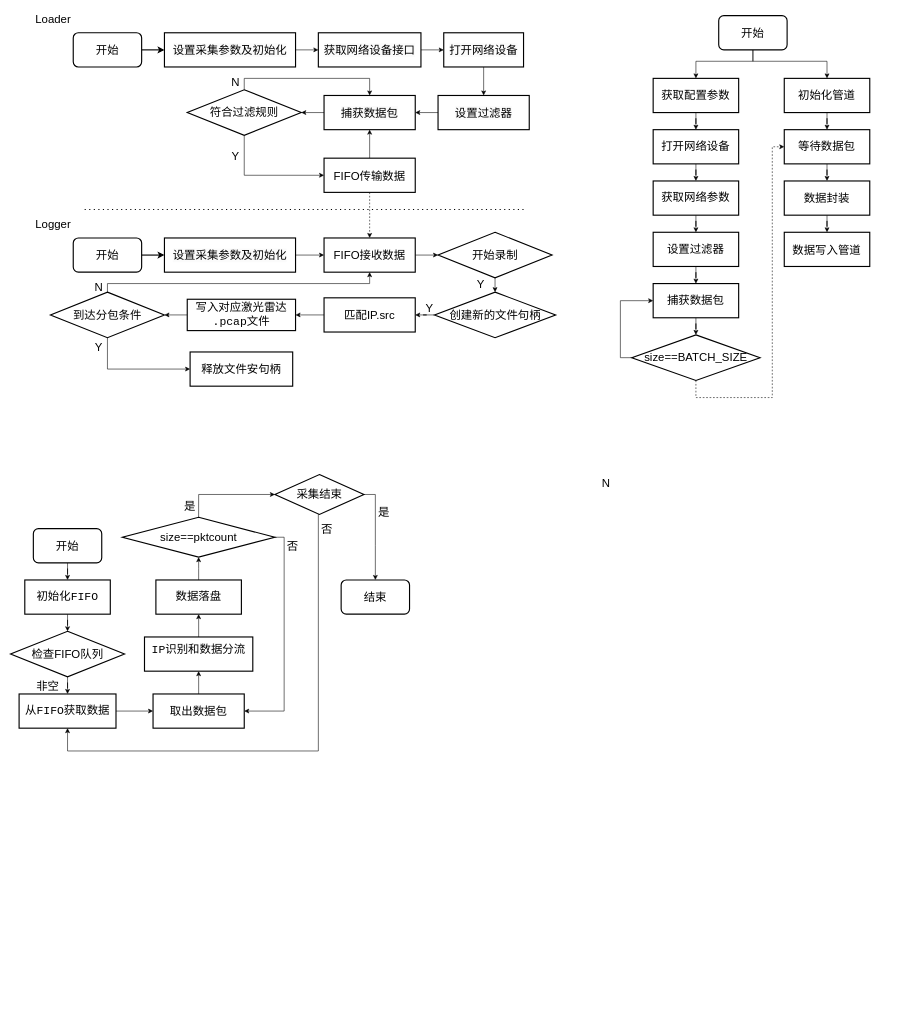
Before: LIADRLOG.drawio in strongjay/outPath, a draw.io diagram. Source tidied: cells renumbered, new cells numbered last; positions are measured from the earlier drawing's top-left corner, leaving out a move shared by most shapes. Both pictures are drawn from the tidied source at 57%, with x=0, y=0 at pixel (10, 10).
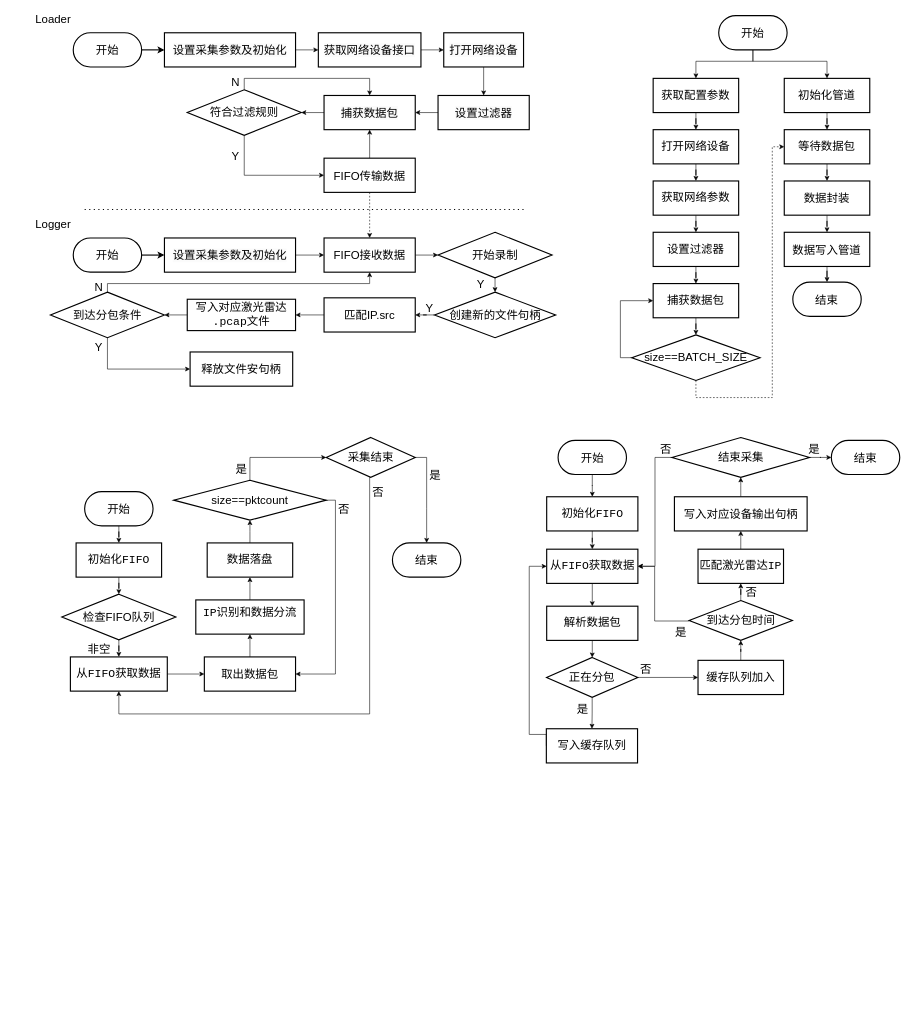
The same page after the edit.

Unchanged cells that the change refers to:
```xml
<mxCell id="70" value="&lt;span style=&quot;font-size: 20px;&quot;&gt;数据写入管道&lt;/span&gt;" style="whiteSpace=wrap;html=1;rounded=0;strokeWidth=2;" parent="1" vertex="1">
  <mxGeometry x="1357.4" y="390" width="150" height="60" as="geometry" />
</mxCell>
```

Change to the diagram source:
```diff
@@
-    <mxCell id="3" value="&lt;h2 style=&quot;font-size: 20px;&quot;&gt;&lt;span style=&quot;font-weight: normal;&quot;&gt;开始&lt;/span&gt;&lt;/h2&gt;" style="rounded=1;whiteSpace=wrap;html=1;strokeWidth=2;" parent="1" vertex="1">
+    <mxCell id="3" value="&lt;h2 style=&quot;font-size: 20px;&quot;&gt;&lt;span style=&quot;font-weight: normal;&quot;&gt;开始&lt;/span&gt;&lt;/h2&gt;" style="rounded=1;whiteSpace=wrap;html=1;strokeWidth=2;arcSize=50;" parent="1" vertex="1">
       <mxGeometry x="110" y="40" width="120" height="60" as="geometry" />
     </mxCell>
@@
-    <mxCell id="25" value="&lt;h2 style=&quot;font-size: 20px;&quot;&gt;&lt;span style=&quot;font-weight: normal;&quot;&gt;开始&lt;/span&gt;&lt;/h2&gt;" style="rounded=1;whiteSpace=wrap;html=1;strokeWidth=2;" parent="1" vertex="1">
+    <mxCell id="25" value="&lt;h2 style=&quot;font-size: 20px;&quot;&gt;&lt;span style=&quot;font-weight: normal;&quot;&gt;开始&lt;/span&gt;&lt;/h2&gt;" style="rounded=1;whiteSpace=wrap;html=1;strokeWidth=2;arcSize=50;" parent="1" vertex="1">
       <mxGeometry x="110" y="400" width="120" height="60" as="geometry" />
     </mxCell>
@@
-    <mxCell id="49" value="&lt;h2 style=&quot;font-size: 20px;&quot;&gt;&lt;span style=&quot;font-weight: normal;&quot;&gt;开始&lt;/span&gt;&lt;/h2&gt;" style="rounded=1;whiteSpace=wrap;html=1;strokeWidth=2;" parent="1" vertex="1">
+    <mxCell id="49" value="&lt;h2 style=&quot;font-size: 20px;&quot;&gt;&lt;span style=&quot;font-weight: normal;&quot;&gt;开始&lt;/span&gt;&lt;/h2&gt;" style="rounded=1;whiteSpace=wrap;html=1;strokeWidth=2;arcSize=50;" parent="1" vertex="1">
       <mxGeometry x="1242.4" y="10" width="120" height="60" as="geometry" />
     </mxCell>
@@
-    <mxCell id="65" value="&lt;font style=&quot;font-size: 20px;&quot;&gt;N&lt;/font&gt;" style="text;html=1;align=center;verticalAlign=middle;whiteSpace=wrap;rounded=0;" parent="1" vertex="1">
-      <mxGeometry x="1030" y="815" width="30" height="30" as="geometry" />
-    </mxCell>
@@
+    <mxCell id="97" style="edgeStyle=orthogonalEdgeStyle;rounded=0;jettySize=auto;html=1;" parent="1" edge="1" source="70" target="131">
+      <mxGeometry relative="1" as="geometry" />
+    </mxCell>
@@
-    <mxCell id="72" value="&lt;h2 style=&quot;font-size: 20px;&quot;&gt;&lt;span style=&quot;font-weight: normal;&quot;&gt;开始&lt;/span&gt;&lt;/h2&gt;" style="rounded=1;whiteSpace=wrap;html=1;strokeWidth=2;" parent="1" vertex="1">
-      <mxGeometry x="40" y="910" width="120" height="60" as="geometry" />
+    <mxCell id="72" value="&lt;h2 style=&quot;font-size: 20px;&quot;&gt;&lt;span style=&quot;font-weight: normal;&quot;&gt;开始&lt;/span&gt;&lt;/h2&gt;" style="rounded=1;whiteSpace=wrap;html=1;strokeWidth=2;arcSize=50;" parent="1" vertex="1">
+      <mxGeometry x="130" y="845" width="120" height="60" as="geometry" />
     </mxCell>
@@
     <mxCell id="74" value="&lt;pre style=&quot;&quot;&gt;&lt;span style=&quot;font-size: 20px;&quot;&gt;初始化FIFO&lt;/span&gt;&lt;/pre&gt;" style="whiteSpace=wrap;html=1;rounded=0;strokeWidth=2;" parent="1" vertex="1">
-      <mxGeometry x="25" y="1000" width="150" height="60" as="geometry" />
+      <mxGeometry x="115" y="935" width="150" height="60" as="geometry" />
     </mxCell>
@@
     <mxCell id="77" value="&lt;pre style=&quot;&quot;&gt;&lt;span style=&quot;font-size: 20px;&quot;&gt;从FIFO获取数据&lt;/span&gt;&lt;br&gt;&lt;/pre&gt;" style="whiteSpace=wrap;html=1;rounded=0;strokeWidth=2;" parent="1" vertex="1">
-      <mxGeometry x="15" y="1200" width="170" height="60" as="geometry" />
+      <mxGeometry x="105" y="1135" width="170" height="60" as="geometry" />
     </mxCell>
@@
     <mxCell id="79" value="&lt;pre style=&quot;&quot;&gt;&lt;span style=&quot;font-size: 20px;&quot;&gt;IP识别和数据分流&lt;br/&gt;&lt;/span&gt;&lt;br/&gt;&lt;/pre&gt;" style="whiteSpace=wrap;html=1;rounded=0;strokeWidth=2;" parent="1" vertex="1">
-      <mxGeometry x="235" y="1100" width="190" height="60" as="geometry" />
+      <mxGeometry x="325" y="1035" width="190" height="60" as="geometry" />
     </mxCell>
     <mxCell id="80" style="edgeStyle=orthogonalEdgeStyle;rounded=0;jettySize=auto;html=1;entryX=0.5;entryY=1;entryDx=0;entryDy=0;exitX=0.5;exitY=1;exitDx=0;exitDy=0;" parent="1" edge="1" source="94" target="77">
       <mxGeometry relative="1" as="geometry">
         <Array as="points">
-          <mxPoint x="540" y="885" />
-          <mxPoint x="540" y="1300" />
-          <mxPoint x="100" y="1300" />
+          <mxPoint x="630" y="820" />
+          <mxPoint x="630" y="1235" />
+          <mxPoint x="190" y="1235" />
         </Array>
       </mxGeometry>
     </mxCell>
@@
     <mxCell id="82" value="&lt;pre style=&quot;&quot;&gt;&lt;span style=&quot;font-size: 20px;&quot;&gt;数据落盘&lt;/span&gt;&lt;br&gt;&lt;/pre&gt;" style="whiteSpace=wrap;html=1;rounded=0;strokeWidth=2;" parent="1" vertex="1">
-      <mxGeometry x="255" y="1000" width="150" height="60" as="geometry" />
+      <mxGeometry x="345" y="935" width="150" height="60" as="geometry" />
     </mxCell>
     <mxCell id="83" style="edgeStyle=orthogonalEdgeStyle;rounded=0;jettySize=auto;html=1;exitX=0.5;exitY=0;exitDx=0;exitDy=0;" parent="1" edge="1" source="85" target="94">
       <mxGeometry relative="1" as="geometry">
         <Array as="points">
-          <mxPoint x="330" y="850" />
+          <mxPoint x="420" y="785" />
         </Array>
       </mxGeometry>
     </mxCell>
     <mxCell id="84" style="edgeStyle=orthogonalEdgeStyle;rounded=0;jettySize=auto;html=1;entryX=1;entryY=0.5;entryDx=0;entryDy=0;" parent="1" edge="1" source="85" target="92">
       <mxGeometry relative="1" as="geometry">
         <Array as="points">
-          <mxPoint x="480" y="925" />
-          <mxPoint x="480" y="1230" />
+          <mxPoint x="570" y="860" />
+          <mxPoint x="570" y="1165" />
         </Array>
       </mxGeometry>
     </mxCell>
     <mxCell id="85" value="&lt;h2 style=&quot;&quot;&gt;&lt;span style=&quot;font-size: 20px; font-weight: 400;&quot;&gt;size==pktcount&lt;/span&gt;&lt;br&gt;&lt;/h2&gt;" style="rhombus;whiteSpace=wrap;html=1;rounded=0;strokeWidth=2;" parent="1" vertex="1">
-      <mxGeometry x="196.2" y="890" width="267.5" height="70" as="geometry" />
+      <mxGeometry x="286.2" y="825" width="267.5" height="70" as="geometry" />
     </mxCell>
     <mxCell id="86" value="&lt;h2 style=&quot;&quot;&gt;&lt;span style=&quot;font-size: 20px; font-weight: 400;&quot;&gt;检查FIFO队列&lt;/span&gt;&lt;/h2&gt;" style="rhombus;whiteSpace=wrap;html=1;rounded=0;strokeWidth=2;" parent="1" vertex="1">
-      <mxGeometry y="1090" width="200" height="80" as="geometry" />
+      <mxGeometry x="90" y="1025" width="200" height="80" as="geometry" />
     </mxCell>
     <mxCell id="87" value="&lt;font style=&quot;font-size: 20px;&quot;&gt;非空&lt;/font&gt;" style="text;html=1;align=center;verticalAlign=middle;whiteSpace=wrap;rounded=0;" parent="1" vertex="1">
-      <mxGeometry x="40" y="1170" width="51.2" height="30" as="geometry" />
+      <mxGeometry x="130" y="1105" width="51.2" height="30" as="geometry" />
     </mxCell>
     <mxCell id="88" value="&lt;font style=&quot;font-size: 20px;&quot;&gt;否&lt;/font&gt;" style="text;html=1;align=center;verticalAlign=middle;whiteSpace=wrap;rounded=0;" parent="1" vertex="1">
-      <mxGeometry x="540" y="895" width="30" height="30" as="geometry" />
+      <mxGeometry x="630" y="830" width="30" height="30" as="geometry" />
     </mxCell>
-    <mxCell id="89" value="&lt;h2 style=&quot;font-size: 20px;&quot;&gt;&lt;span style=&quot;font-weight: normal;&quot;&gt;结束&lt;/span&gt;&lt;/h2&gt;" style="rounded=1;whiteSpace=wrap;html=1;strokeWidth=2;" parent="1" vertex="1">
-      <mxGeometry x="580" y="1000" width="120" height="60" as="geometry" />
+    <mxCell id="89" value="&lt;h2 style=&quot;font-size: 20px;&quot;&gt;&lt;span style=&quot;font-weight: normal;&quot;&gt;结束&lt;/span&gt;&lt;/h2&gt;" style="rounded=1;whiteSpace=wrap;html=1;strokeWidth=2;arcSize=50;" parent="1" vertex="1">
+      <mxGeometry x="670" y="935" width="120" height="60" as="geometry" />
     </mxCell>
     <mxCell id="90" value="&lt;font style=&quot;font-size: 20px;&quot;&gt;是&lt;/font&gt;" style="text;html=1;align=center;verticalAlign=middle;whiteSpace=wrap;rounded=0;" parent="1" vertex="1">
-      <mxGeometry x="300" y="855" width="30" height="30" as="geometry" />
+      <mxGeometry x="390" y="790" width="30" height="30" as="geometry" />
     </mxCell>
@@
     <mxCell id="92" value="&lt;span style=&quot;font-size: 20px;&quot;&gt;取出数据包&lt;/span&gt;" style="whiteSpace=wrap;html=1;rounded=0;strokeWidth=2;" parent="1" vertex="1">
-      <mxGeometry x="250" y="1200" width="160" height="60" as="geometry" />
+      <mxGeometry x="340" y="1135" width="160" height="60" as="geometry" />
     </mxCell>
     <mxCell id="93" style="edgeStyle=orthogonalEdgeStyle;rounded=0;jettySize=auto;html=1;exitX=1;exitY=0.5;exitDx=0;exitDy=0;entryX=0.5;entryY=0;entryDx=0;entryDy=0;" parent="1" edge="1" source="94" target="89">
       <mxGeometry relative="1" as="geometry">
         <Array as="points">
-          <mxPoint x="640" y="850" />
-          <mxPoint x="640" y="940" />
+          <mxPoint x="730" y="785" />
+          <mxPoint x="730" y="875" />
         </Array>
       </mxGeometry>
     </mxCell>
     <mxCell id="94" value="&lt;h2 style=&quot;&quot;&gt;&lt;span style=&quot;font-size: 20px; font-weight: 400;&quot;&gt;采集结束&lt;/span&gt;&lt;br&gt;&lt;/h2&gt;" style="rhombus;whiteSpace=wrap;html=1;rounded=0;strokeWidth=2;" parent="1" vertex="1">
-      <mxGeometry x="463.8" y="815" width="156.2" height="70" as="geometry" />
+      <mxGeometry x="553.8" y="750" width="156.2" height="70" as="geometry" />
     </mxCell>
     <mxCell id="95" value="&lt;font style=&quot;font-size: 20px;&quot;&gt;是&lt;/font&gt;" style="text;html=1;align=center;verticalAlign=middle;whiteSpace=wrap;rounded=0;" parent="1" vertex="1">
-      <mxGeometry x="640" y="865" width="30" height="30" as="geometry" />
+      <mxGeometry x="730" y="800" width="30" height="30" as="geometry" />
     </mxCell>
     <mxCell id="96" value="&lt;font style=&quot;font-size: 20px;&quot;&gt;否&lt;/font&gt;" style="text;html=1;align=center;verticalAlign=middle;whiteSpace=wrap;rounded=0;" parent="1" vertex="1">
-      <mxGeometry x="480" y="925" width="30" height="30" as="geometry" />
+      <mxGeometry x="570" y="860" width="30" height="30" as="geometry" />
     </mxCell>
+    <mxCell id="98" style="edgeStyle=orthogonalEdgeStyle;rounded=0;jettySize=auto;html=1;" parent="1" edge="1" source="99" target="101">
+      <mxGeometry relative="1" as="geometry" />
+    </mxCell>
+    <mxCell id="99" value="&lt;h2 style=&quot;font-size: 20px;&quot;&gt;&lt;span style=&quot;font-weight: normal;&quot;&gt;开始&lt;/span&gt;&lt;/h2&gt;" style="rounded=1;whiteSpace=wrap;html=1;strokeWidth=2;arcSize=50;" parent="1" vertex="1">
+      <mxGeometry x="960.6" y="755" width="120" height="60" as="geometry" />
+    </mxCell>
+    <mxCell id="100" style="edgeStyle=orthogonalEdgeStyle;rounded=0;jettySize=auto;html=1;" parent="1" edge="1" source="101" target="103">
+      <mxGeometry relative="1" as="geometry" />
+    </mxCell>
+    <mxCell id="101" value="&lt;pre style=&quot;&quot;&gt;&lt;pre&gt;&lt;span style=&quot;font-size: 20px;&quot;&gt;初始化FIFO&lt;/span&gt;&lt;/pre&gt;&lt;/pre&gt;" style="whiteSpace=wrap;html=1;rounded=0;strokeWidth=2;" parent="1" vertex="1">
+      <mxGeometry x="940.6" y="854" width="160" height="60" as="geometry" />
+    </mxCell>
+    <mxCell id="102" style="edgeStyle=orthogonalEdgeStyle;rounded=0;jettySize=auto;html=1;entryX=0.5;entryY=0;entryDx=0;entryDy=0;" parent="1" edge="1" source="103" target="108">
+      <mxGeometry relative="1" as="geometry" />
+    </mxCell>
+    <mxCell id="103" value="&lt;pre style=&quot;&quot;&gt;&lt;pre&gt;&lt;span style=&quot;font-size: 20px;&quot;&gt;从FIFO获取数据&lt;/span&gt;&lt;/pre&gt;&lt;/pre&gt;" style="whiteSpace=wrap;html=1;rounded=0;strokeWidth=2;" parent="1" vertex="1">
+      <mxGeometry x="940.6" y="946" width="160" height="60" as="geometry" />
+    </mxCell>
+    <mxCell id="104" style="edgeStyle=orthogonalEdgeStyle;rounded=0;jettySize=auto;html=1;entryX=1;entryY=0.5;entryDx=0;entryDy=0;exitX=0;exitY=0.5;exitDx=0;exitDy=0;" parent="1" edge="1" source="110" target="103">
+      <mxGeometry relative="1" as="geometry">
+        <Array as="points">
+          <mxPoint x="1130" y="1072" />
+          <mxPoint x="1130" y="976" />
+        </Array>
+      </mxGeometry>
+    </mxCell>
+    <mxCell id="105" style="edgeStyle=orthogonalEdgeStyle;rounded=0;jettySize=auto;html=1;entryX=0.5;entryY=1;entryDx=0;entryDy=0;" parent="1" edge="1" source="106" target="115">
+      <mxGeometry relative="1" as="geometry" />
+    </mxCell>
+    <mxCell id="106" value="&lt;pre style=&quot;&quot;&gt;&lt;p&gt;&lt;span style=&quot;font-size: 20px;&quot;&gt;&lt;font face=&quot;Tahoma&quot;&gt;写入对应设备输出句柄&lt;/font&gt;&lt;/span&gt;&lt;br&gt;&lt;/p&gt;&lt;/pre&gt;" style="whiteSpace=wrap;html=1;rounded=0;strokeWidth=2;" parent="1" vertex="1">
+      <mxGeometry x="1164.7" y="854" width="232.8" height="60" as="geometry" />
+    </mxCell>
+    <mxCell id="107" style="edgeStyle=orthogonalEdgeStyle;rounded=0;jettySize=auto;html=1;entryX=0.5;entryY=0;entryDx=0;entryDy=0;" parent="1" edge="1" source="108" target="123">
+      <mxGeometry relative="1" as="geometry" />
+    </mxCell>
+    <mxCell id="108" value="&lt;pre style=&quot;&quot;&gt;&lt;pre&gt;&lt;span style=&quot;font-size: 20px;&quot;&gt;解析数据包&lt;/span&gt;&lt;/pre&gt;&lt;/pre&gt;" style="whiteSpace=wrap;html=1;rounded=0;strokeWidth=2;" parent="1" vertex="1">
+      <mxGeometry x="940.6" y="1046" width="160" height="60" as="geometry" />
+    </mxCell>
+    <mxCell id="109" style="edgeStyle=orthogonalEdgeStyle;rounded=0;jettySize=auto;html=1;" parent="1" edge="1" source="110" target="127">
+      <mxGeometry relative="1" as="geometry" />
+    </mxCell>
+    <mxCell id="110" value="&lt;pre&gt;&lt;span style=&quot;font-size: 20px;&quot;&gt;到达分包时间&lt;/span&gt;&lt;/pre&gt;" style="rhombus;whiteSpace=wrap;html=1;rounded=0;strokeWidth=2;" parent="1" vertex="1">
+      <mxGeometry x="1190.5" y="1036" width="181.2" height="70" as="geometry" />
+    </mxCell>
+    <mxCell id="111" style="edgeStyle=orthogonalEdgeStyle;rounded=0;jettySize=auto;html=1;entryX=0;entryY=0.5;entryDx=0;entryDy=0;exitX=0;exitY=0.5;exitDx=0;exitDy=0;" parent="1" edge="1" source="112" target="103">
+      <mxGeometry relative="1" as="geometry">
+        <Array as="points">
+          <mxPoint x="940" y="1271" />
+          <mxPoint x="910" y="1271" />
+          <mxPoint x="910" y="976" />
+        </Array>
+      </mxGeometry>
+    </mxCell>
+    <mxCell id="112" value="&lt;pre style=&quot;&quot;&gt;&lt;pre&gt;&lt;span style=&quot;font-size: 20px;&quot;&gt;写入缓存队列&lt;/span&gt;&lt;/pre&gt;&lt;/pre&gt;" style="whiteSpace=wrap;html=1;rounded=0;strokeWidth=2;" parent="1" vertex="1">
+      <mxGeometry x="940" y="1261" width="160" height="60" as="geometry" />
+    </mxCell>
+    <mxCell id="113" style="edgeStyle=orthogonalEdgeStyle;rounded=0;jettySize=auto;html=1;entryX=1;entryY=0.5;entryDx=0;entryDy=0;" parent="1" edge="1" source="115" target="103">
+      <mxGeometry relative="1" as="geometry" />
+    </mxCell>
+    <mxCell id="114" style="edgeStyle=orthogonalEdgeStyle;rounded=0;jettySize=auto;html=1;" parent="1" edge="1" source="115" target="116">
+      <mxGeometry relative="1" as="geometry" />
+    </mxCell>
+    <mxCell id="115" value="&lt;pre&gt;&lt;span style=&quot;font-size: 20px;&quot;&gt;结束采集&lt;/span&gt;&lt;/pre&gt;" style="rhombus;whiteSpace=wrap;html=1;rounded=0;strokeWidth=2;" parent="1" vertex="1">
+      <mxGeometry x="1160.5" y="750" width="241.2" height="70" as="geometry" />
+    </mxCell>
+    <mxCell id="116" value="&lt;h2 style=&quot;font-size: 20px;&quot;&gt;&lt;span style=&quot;font-weight: 400;&quot;&gt;结束&lt;/span&gt;&lt;/h2&gt;" style="rounded=1;whiteSpace=wrap;html=1;strokeWidth=2;arcSize=50;" parent="1" vertex="1">
+      <mxGeometry x="1440" y="755" width="120" height="60" as="geometry" />
+    </mxCell>
+    <mxCell id="117" style="edgeStyle=orthogonalEdgeStyle;rounded=0;jettySize=auto;html=1;exitX=1;exitY=0.5;exitDx=0;exitDy=0;entryX=0;entryY=0.5;entryDx=0;entryDy=0;" parent="1" edge="1" source="123" target="121">
+      <mxGeometry relative="1" as="geometry" />
+    </mxCell>
+    <mxCell id="118" value="&lt;font style=&quot;font-size: 20px;&quot;&gt;否&lt;/font&gt;" style="text;html=1;align=center;verticalAlign=middle;whiteSpace=wrap;rounded=0;" parent="1" vertex="1">
+      <mxGeometry x="1100" y="1141" width="30" height="30" as="geometry" />
+    </mxCell>
+    <mxCell id="119" value="&lt;font style=&quot;font-size: 20px;&quot;&gt;是&lt;/font&gt;" style="text;html=1;align=center;verticalAlign=middle;whiteSpace=wrap;rounded=0;" parent="1" vertex="1">
+      <mxGeometry x="989.4" y="1211" width="30" height="30" as="geometry" />
+    </mxCell>
+    <mxCell id="120" style="edgeStyle=orthogonalEdgeStyle;rounded=0;jettySize=auto;html=1;entryX=0.5;entryY=1;entryDx=0;entryDy=0;" parent="1" edge="1" source="121" target="110">
+      <mxGeometry relative="1" as="geometry" />
+    </mxCell>
+    <mxCell id="121" value="&lt;pre style=&quot;&quot;&gt;&lt;pre&gt;&lt;span style=&quot;font-size: 20px;&quot;&gt;缓存队列加入&lt;/span&gt;&lt;/pre&gt;&lt;/pre&gt;" style="whiteSpace=wrap;html=1;rounded=0;strokeWidth=2;" parent="1" vertex="1">
+      <mxGeometry x="1206.1" y="1141" width="150" height="60" as="geometry" />
+    </mxCell>
+    <mxCell id="122" style="edgeStyle=orthogonalEdgeStyle;rounded=0;jettySize=auto;html=1;" parent="1" edge="1" source="123" target="112">
+      <mxGeometry relative="1" as="geometry" />
+    </mxCell>
+    <mxCell id="123" value="&lt;pre&gt;&lt;span style=&quot;font-size: 20px;&quot;&gt;正在分包&lt;/span&gt;&lt;/pre&gt;" style="rhombus;whiteSpace=wrap;html=1;rounded=0;strokeWidth=2;" parent="1" vertex="1">
+      <mxGeometry x="940.4" y="1136" width="160" height="70" as="geometry" />
+    </mxCell>
+    <mxCell id="124" value="&lt;font style=&quot;font-size: 20px;&quot;&gt;是&lt;/font&gt;" style="text;html=1;align=center;verticalAlign=middle;whiteSpace=wrap;rounded=0;" parent="1" vertex="1">
+      <mxGeometry x="1160.5" y="1076" width="30" height="30" as="geometry" />
+    </mxCell>
+    <mxCell id="125" value="&lt;pre style=&quot;forced-color-adjust: none; color: rgb(0, 0, 0); font-size: 12px; font-style: normal; font-variant-ligatures: normal; font-variant-caps: normal; font-weight: 400; letter-spacing: normal; orphans: 2; text-align: center; text-indent: 0px; text-transform: none; widows: 2; word-spacing: 0px; -webkit-text-stroke-width: 0px; background-color: rgb(251, 251, 251); text-decoration-thickness: initial; text-decoration-style: initial; text-decoration-color: initial;&quot;&gt;&lt;br&gt;&lt;/pre&gt;" style="text;whiteSpace=wrap;html=1;" parent="1" vertex="1">
+      <mxGeometry x="1320" y="1690" width="180" height="70" as="geometry" />
+    </mxCell>
+    <mxCell id="126" style="edgeStyle=orthogonalEdgeStyle;rounded=0;jettySize=auto;html=1;" parent="1" edge="1" source="127" target="106">
+      <mxGeometry relative="1" as="geometry" />
+    </mxCell>
+    <mxCell id="127" value="&lt;pre style=&quot;&quot;&gt;&lt;pre&gt;&lt;span style=&quot;font-size: 20px;&quot;&gt;匹配激光雷达IP&lt;/span&gt;&lt;/pre&gt;&lt;/pre&gt;" style="whiteSpace=wrap;html=1;rounded=0;strokeWidth=2;" parent="1" vertex="1">
+      <mxGeometry x="1206.1" y="946" width="150" height="60" as="geometry" />
+    </mxCell>
+    <mxCell id="128" value="&lt;font style=&quot;font-size: 20px;&quot;&gt;否&lt;/font&gt;" style="text;html=1;align=center;verticalAlign=middle;whiteSpace=wrap;rounded=0;" parent="1" vertex="1">
+      <mxGeometry x="1284.9" y="1006" width="30" height="30" as="geometry" />
+    </mxCell>
+    <mxCell id="129" value="&lt;font style=&quot;font-size: 20px;&quot;&gt;否&lt;/font&gt;" style="text;html=1;align=center;verticalAlign=middle;whiteSpace=wrap;rounded=0;" parent="1" vertex="1">
+      <mxGeometry x="1134.7" y="755" width="30" height="30" as="geometry" />
+    </mxCell>
+    <mxCell id="130" value="&lt;font style=&quot;font-size: 20px;&quot;&gt;是&lt;/font&gt;" style="text;html=1;align=center;verticalAlign=middle;whiteSpace=wrap;rounded=0;" parent="1" vertex="1">
+      <mxGeometry x="1395" y="755" width="30" height="30" as="geometry" />
+    </mxCell>
+    <mxCell id="131" value="&lt;h2 style=&quot;font-size: 20px;&quot;&gt;&lt;span style=&quot;font-weight: normal;&quot;&gt;结束&lt;/span&gt;&lt;/h2&gt;" style="rounded=1;whiteSpace=wrap;html=1;strokeWidth=2;arcSize=50;" parent="1" vertex="1">
+      <mxGeometry x="1372.4" y="477.5" width="120" height="60" as="geometry" />
+    </mxCell>
```
